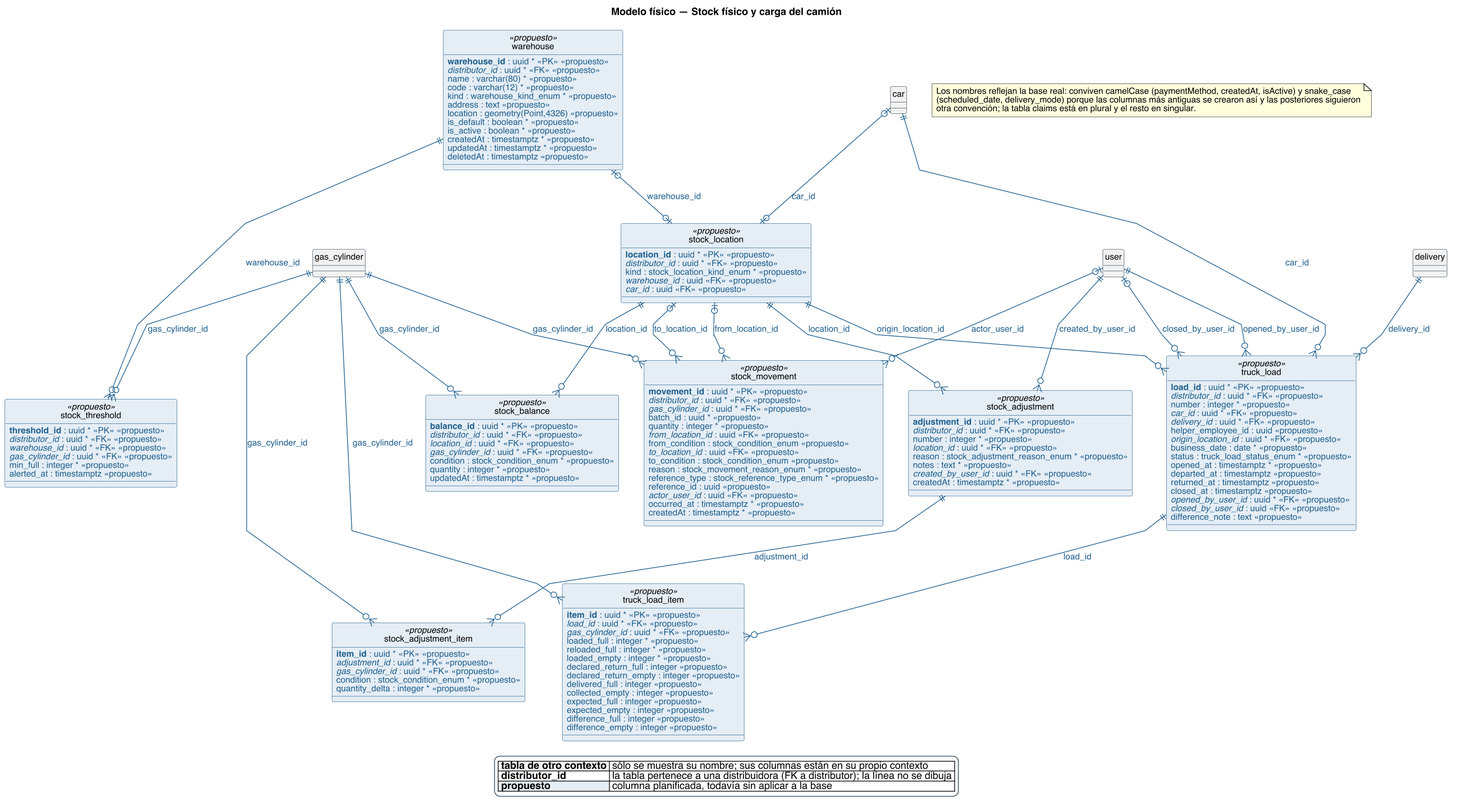
The PlantUML diagram diagramas/base-de-datos/fisico/SPLG-fisico-11-stock-fisico-y-carga-del-camion.png in Nahuelito-Dev/splg-docs, before a commit.
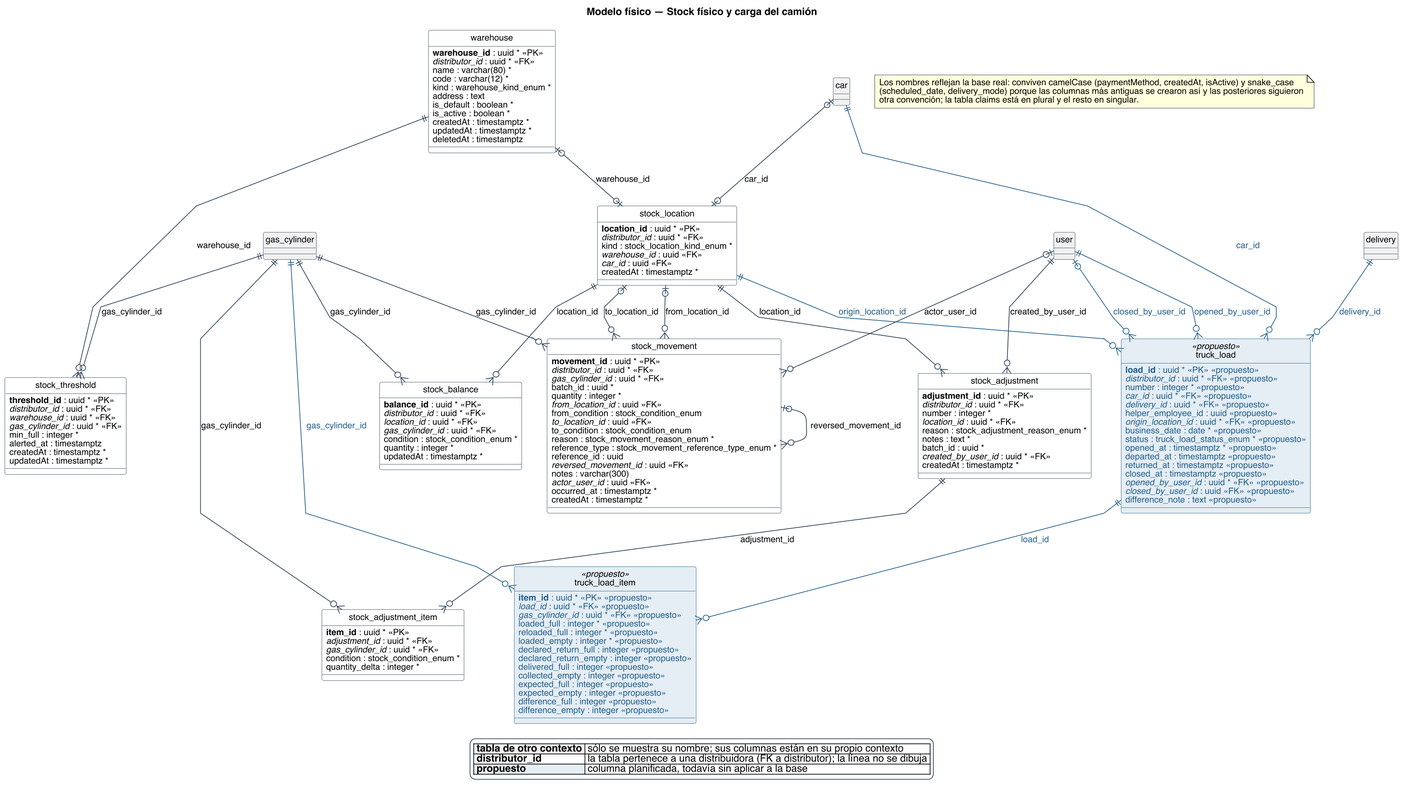
After the change.

Change to the diagram source:
```diff
@@ -30,70 +30,75 @@
 hide circle
 skinparam linetype polyline
 
-entity "warehouse" as e_warehouse <<propuesto>> {
-  {field} <color:#1F5E8C>**warehouse_id** : uuid * <<PK>> <<propuesto>></color>
-  {field} <color:#1F5E8C>//distributor_id// : uuid * <<FK>> <<propuesto>></color>
-  {field} <color:#1F5E8C>name : varchar(80) * <<propuesto>></color>
-  {field} <color:#1F5E8C>code : varchar(12) * <<propuesto>></color>
-  {field} <color:#1F5E8C>kind : warehouse_kind_enum * <<propuesto>></color>
-  {field} <color:#1F5E8C>address : text <<propuesto>></color>
-  {field} <color:#1F5E8C>location : geometry(Point,4326) <<propuesto>></color>
-  {field} <color:#1F5E8C>is_default : boolean * <<propuesto>></color>
-  {field} <color:#1F5E8C>is_active : boolean * <<propuesto>></color>
-  {field} <color:#1F5E8C>createdAt : timestamptz * <<propuesto>></color>
-  {field} <color:#1F5E8C>updatedAt : timestamptz * <<propuesto>></color>
-  {field} <color:#1F5E8C>deletedAt : timestamptz <<propuesto>></color>
+entity "warehouse" as e_warehouse {
+  {field} **warehouse_id** : uuid * <<PK>>
+  {field} //distributor_id// : uuid * <<FK>>
+  {field} name : varchar(80) *
+  {field} code : varchar(12) *
+  {field} kind : warehouse_kind_enum *
+  {field} address : text
+  {field} is_default : boolean *
+  {field} is_active : boolean *
+  {field} createdAt : timestamptz *
+  {field} updatedAt : timestamptz *
+  {field} deletedAt : timestamptz
 }
-entity "stock_threshold" as e_stock_threshold <<propuesto>> {
-  {field} <color:#1F5E8C>**threshold_id** : uuid * <<PK>> <<propuesto>></color>
-  {field} <color:#1F5E8C>//distributor_id// : uuid * <<FK>> <<propuesto>></color>
-  {field} <color:#1F5E8C>//warehouse_id// : uuid * <<FK>> <<propuesto>></color>
-  {field} <color:#1F5E8C>//gas_cylinder_id// : uuid * <<FK>> <<propuesto>></color>
-  {field} <color:#1F5E8C>min_full : integer * <<propuesto>></color>
-  {field} <color:#1F5E8C>alerted_at : timestamptz <<propuesto>></color>
+entity "stock_threshold" as e_stock_threshold {
+  {field} **threshold_id** : uuid * <<PK>>
+  {field} //distributor_id// : uuid * <<FK>>
+  {field} //warehouse_id// : uuid * <<FK>>
+  {field} //gas_cylinder_id// : uuid * <<FK>>
+  {field} min_full : integer *
+  {field} alerted_at : timestamptz
+  {field} createdAt : timestamptz *
+  {field} updatedAt : timestamptz *
 }
-entity "stock_location" as e_stock_location <<propuesto>> {
-  {field} <color:#1F5E8C>**location_id** : uuid * <<PK>> <<propuesto>></color>
-  {field} <color:#1F5E8C>//distributor_id// : uuid * <<FK>> <<propuesto>></color>
-  {field} <color:#1F5E8C>kind : stock_location_kind_enum * <<propuesto>></color>
-  {field} <color:#1F5E8C>//warehouse_id// : uuid <<FK>> <<propuesto>></color>
-  {field} <color:#1F5E8C>//car_id// : uuid <<FK>> <<propuesto>></color>
+entity "stock_location" as e_stock_location {
+  {field} **location_id** : uuid * <<PK>>
+  {field} //distributor_id// : uuid * <<FK>>
+  {field} kind : stock_location_kind_enum *
+  {field} //warehouse_id// : uuid <<FK>>
+  {field} //car_id// : uuid <<FK>>
+  {field} createdAt : timestamptz *
 }
-entity "stock_adjustment" as e_stock_adjustment <<propuesto>> {
-  {field} <color:#1F5E8C>**adjustment_id** : uuid * <<PK>> <<propuesto>></color>
-  {field} <color:#1F5E8C>//distributor_id// : uuid * <<FK>> <<propuesto>></color>
-  {field} <color:#1F5E8C>number : integer * <<propuesto>></color>
-  {field} <color:#1F5E8C>//location_id// : uuid * <<FK>> <<propuesto>></color>
-  {field} <color:#1F5E8C>reason : stock_adjustment_reason_enum * <<propuesto>></color>
-  {field} <color:#1F5E8C>notes : text * <<propuesto>></color>
-  {field} <color:#1F5E8C>//created_by_user_id// : uuid * <<FK>> <<propuesto>></color>
-  {field} <color:#1F5E8C>createdAt : timestamptz * <<propuesto>></color>
+entity "stock_adjustment" as e_stock_adjustment {
+  {field} **adjustment_id** : uuid * <<PK>>
+  {field} //distributor_id// : uuid * <<FK>>
+  {field} number : integer *
+  {field} //location_id// : uuid * <<FK>>
+  {field} reason : stock_adjustment_reason_enum *
+  {field} notes : text *
+  {field} batch_id : uuid *
+  {field} //created_by_user_id// : uuid * <<FK>>
+  {field} createdAt : timestamptz *
 }
-entity "stock_balance" as e_stock_balance <<propuesto>> {
-  {field} <color:#1F5E8C>**balance_id** : uuid * <<PK>> <<propuesto>></color>
-  {field} <color:#1F5E8C>//distributor_id// : uuid * <<FK>> <<propuesto>></color>
-  {field} <color:#1F5E8C>//location_id// : uuid * <<FK>> <<propuesto>></color>
-  {field} <color:#1F5E8C>//gas_cylinder_id// : uuid * <<FK>> <<propuesto>></color>
-  {field} <color:#1F5E8C>condition : stock_condition_enum * <<propuesto>></color>
-  {field} <color:#1F5E8C>quantity : integer * <<propuesto>></color>
-  {field} <color:#1F5E8C>updatedAt : timestamptz * <<propuesto>></color>
+entity "stock_balance" as e_stock_balance {
+  {field} **balance_id** : uuid * <<PK>>
+  {field} //distributor_id// : uuid * <<FK>>
+  {field} //location_id// : uuid * <<FK>>
+  {field} //gas_cylinder_id// : uuid * <<FK>>
+  {field} condition : stock_condition_enum *
+  {field} quantity : integer *
+  {field} updatedAt : timestamptz *
 }
-entity "stock_movement" as e_stock_movement <<propuesto>> {
-  {field} <color:#1F5E8C>**movement_id** : uuid * <<PK>> <<propuesto>></color>
-  {field} <color:#1F5E8C>//distributor_id// : uuid * <<FK>> <<propuesto>></color>
-  {field} <color:#1F5E8C>//gas_cylinder_id// : uuid * <<FK>> <<propuesto>></color>
-  {field} <color:#1F5E8C>batch_id : uuid * <<propuesto>></color>
-  {field} <color:#1F5E8C>quantity : integer * <<propuesto>></color>
-  {field} <color:#1F5E8C>//from_location_id// : uuid <<FK>> <<propuesto>></color>
-  {field} <color:#1F5E8C>from_condition : stock_condition_enum <<propuesto>></color>
-  {field} <color:#1F5E8C>//to_location_id// : uuid <<FK>> <<propuesto>></color>
-  {field} <color:#1F5E8C>to_condition : stock_condition_enum <<propuesto>></color>
-  {field} <color:#1F5E8C>reason : stock_movement_reason_enum * <<propuesto>></color>
-  {field} <color:#1F5E8C>reference_type : stock_reference_type_enum * <<propuesto>></color>
-  {field} <color:#1F5E8C>reference_id : uuid <<propuesto>></color>
-  {field} <color:#1F5E8C>//actor_user_id// : uuid <<FK>> <<propuesto>></color>
-  {field} <color:#1F5E8C>occurred_at : timestamptz * <<propuesto>></color>
-  {field} <color:#1F5E8C>createdAt : timestamptz * <<propuesto>></color>
+entity "stock_movement" as e_stock_movement {
+  {field} **movement_id** : uuid * <<PK>>
+  {field} //distributor_id// : uuid * <<FK>>
+  {field} //gas_cylinder_id// : uuid * <<FK>>
+  {field} batch_id : uuid *
+  {field} quantity : integer *
+  {field} //from_location_id// : uuid <<FK>>
+  {field} from_condition : stock_condition_enum
+  {field} //to_location_id// : uuid <<FK>>
+  {field} to_condition : stock_condition_enum
+  {field} reason : stock_movement_reason_enum *
+  {field} reference_type : stock_movement_reference_type_enum *
+  {field} reference_id : uuid
+  {field} //reversed_movement_id// : uuid <<FK>>
+  {field} notes : varchar(300)
+  {field} //actor_user_id// : uuid <<FK>>
+  {field} occurred_at : timestamptz *
+  {field} createdAt : timestamptz *
 }
 entity "truck_load" as e_truck_load <<propuesto>> {
   {field} <color:#1F5E8C>**load_id** : uuid * <<PK>> <<propuesto>></color>
@@ -113,12 +118,12 @@
   {field} <color:#1F5E8C>//closed_by_user_id// : uuid <<FK>> <<propuesto>></color>
   {field} <color:#1F5E8C>difference_note : text <<propuesto>></color>
 }
-entity "stock_adjustment_item" as e_stock_adjustment_item <<propuesto>> {
-  {field} <color:#1F5E8C>**item_id** : uuid * <<PK>> <<propuesto>></color>
-  {field} <color:#1F5E8C>//adjustment_id// : uuid * <<FK>> <<propuesto>></color>
-  {field} <color:#1F5E8C>//gas_cylinder_id// : uuid * <<FK>> <<propuesto>></color>
-  {field} <color:#1F5E8C>condition : stock_condition_enum * <<propuesto>></color>
-  {field} <color:#1F5E8C>quantity_delta : integer * <<propuesto>></color>
+entity "stock_adjustment_item" as e_stock_adjustment_item {
+  {field} **item_id** : uuid * <<PK>>
+  {field} //adjustment_id// : uuid * <<FK>>
+  {field} //gas_cylinder_id// : uuid * <<FK>>
+  {field} condition : stock_condition_enum *
+  {field} quantity_delta : integer *
 }
 entity "truck_load_item" as e_truck_load_item <<propuesto>> {
   {field} <color:#1F5E8C>**item_id** : uuid * <<PK>> <<propuesto>></color>
@@ -145,25 +150,26 @@
 entity "delivery" as e_delivery #F1F1F1 {
 }
 
-e_warehouse ||--o{ e_stock_threshold #line:1F5E8C;text:1F5E8C : warehouse_id
-e_gas_cylinder ||--o{ e_stock_threshold #line:1F5E8C;text:1F5E8C : gas_cylinder_id
-e_warehouse |o--o| e_stock_location #line:1F5E8C;text:1F5E8C : warehouse_id
-e_car |o--o| e_stock_location #line:1F5E8C;text:1F5E8C : car_id
-e_stock_location ||--o{ e_stock_adjustment #line:1F5E8C;text:1F5E8C : location_id
-e_user ||--o{ e_stock_adjustment #line:1F5E8C;text:1F5E8C : created_by_user_id
-e_stock_location ||--o{ e_stock_balance #line:1F5E8C;text:1F5E8C : location_id
-e_gas_cylinder ||--o{ e_stock_balance #line:1F5E8C;text:1F5E8C : gas_cylinder_id
-e_gas_cylinder ||--o{ e_stock_movement #line:1F5E8C;text:1F5E8C : gas_cylinder_id
-e_stock_location |o--o{ e_stock_movement #line:1F5E8C;text:1F5E8C : from_location_id
-e_stock_location |o--o{ e_stock_movement #line:1F5E8C;text:1F5E8C : to_location_id
-e_user |o--o{ e_stock_movement #line:1F5E8C;text:1F5E8C : actor_user_id
+e_gas_cylinder ||--o{ e_stock_threshold : gas_cylinder_id
+e_warehouse ||--o{ e_stock_threshold : warehouse_id
+e_car |o--o| e_stock_location : car_id
+e_warehouse |o--o| e_stock_location : warehouse_id
+e_user ||--o{ e_stock_adjustment : created_by_user_id
+e_stock_location ||--o{ e_stock_adjustment : location_id
+e_gas_cylinder ||--o{ e_stock_balance : gas_cylinder_id
+e_stock_location ||--o{ e_stock_balance : location_id
+e_user |o--o{ e_stock_movement : actor_user_id
+e_stock_location |o--o{ e_stock_movement : from_location_id
+e_gas_cylinder ||--o{ e_stock_movement : gas_cylinder_id
+e_stock_movement |o--o{ e_stock_movement : reversed_movement_id
+e_stock_location |o--o{ e_stock_movement : to_location_id
 e_car ||--o{ e_truck_load #line:1F5E8C;text:1F5E8C : car_id
 e_delivery ||--o{ e_truck_load #line:1F5E8C;text:1F5E8C : delivery_id
 e_stock_location ||--o{ e_truck_load #line:1F5E8C;text:1F5E8C : origin_location_id
 e_user ||--o{ e_truck_load #line:1F5E8C;text:1F5E8C : opened_by_user_id
 e_user |o--o{ e_truck_load #line:1F5E8C;text:1F5E8C : closed_by_user_id
-e_stock_adjustment ||--o{ e_stock_adjustment_item #line:1F5E8C;text:1F5E8C : adjustment_id
-e_gas_cylinder ||--o{ e_stock_adjustment_item #line:1F5E8C;text:1F5E8C : gas_cylinder_id
+e_stock_adjustment ||--o{ e_stock_adjustment_item : adjustment_id
+e_gas_cylinder ||--o{ e_stock_adjustment_item : gas_cylinder_id
 e_truck_load ||--o{ e_truck_load_item #line:1F5E8C;text:1F5E8C : load_id
 e_gas_cylinder ||--o{ e_truck_load_item #line:1F5E8C;text:1F5E8C : gas_cylinder_id
 
```
